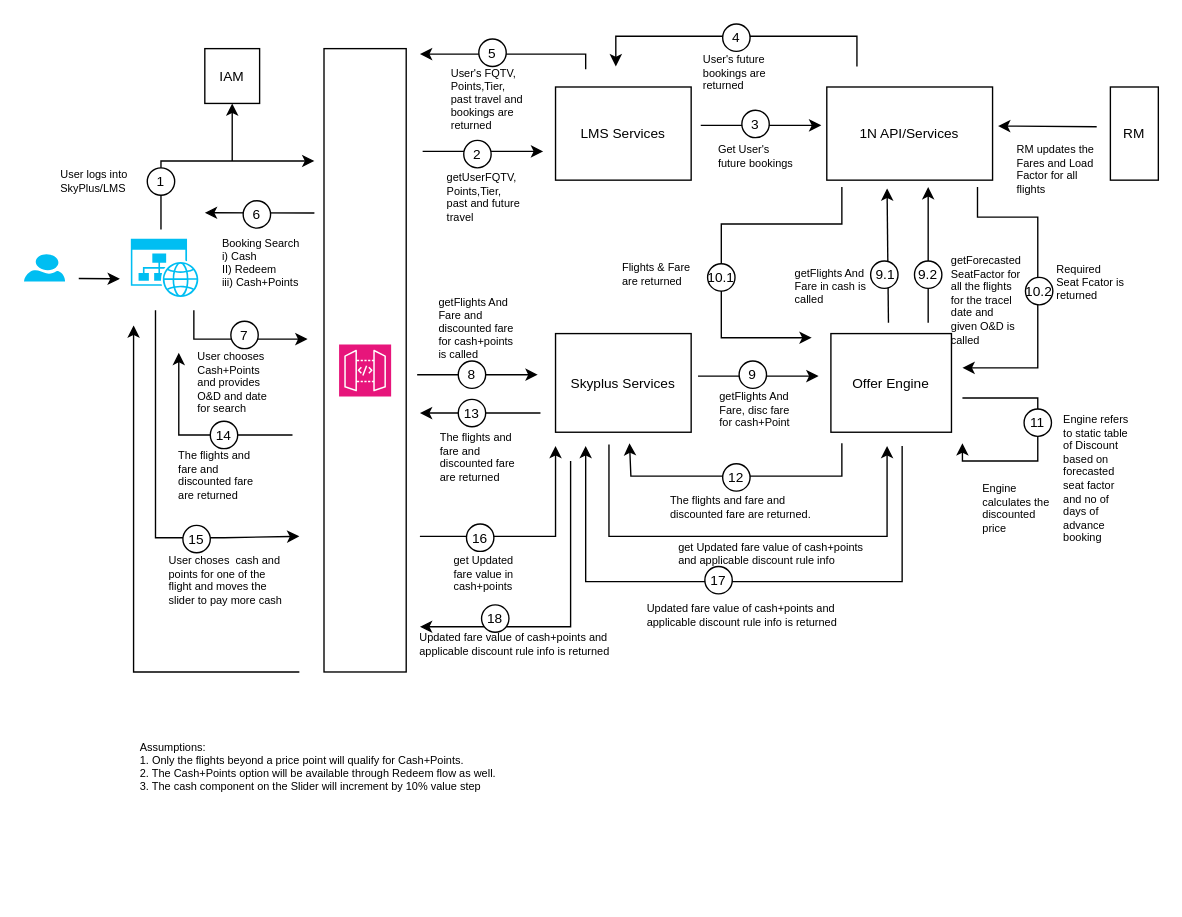
The draw.io diagram page "Page-1" (1 of 2) of Copy of Copy of LM Data Flow.drawio in nchauhan4/drawings, before the edit. Source tidied: cells renumbered, new cells numbered last; positions are measured from the earlier drawing's top-left corner, leaving out a move shared by most shapes. Both pictures are drawn from the tidied source at 137%, with x=0, y=0 at pixel (23, 23).
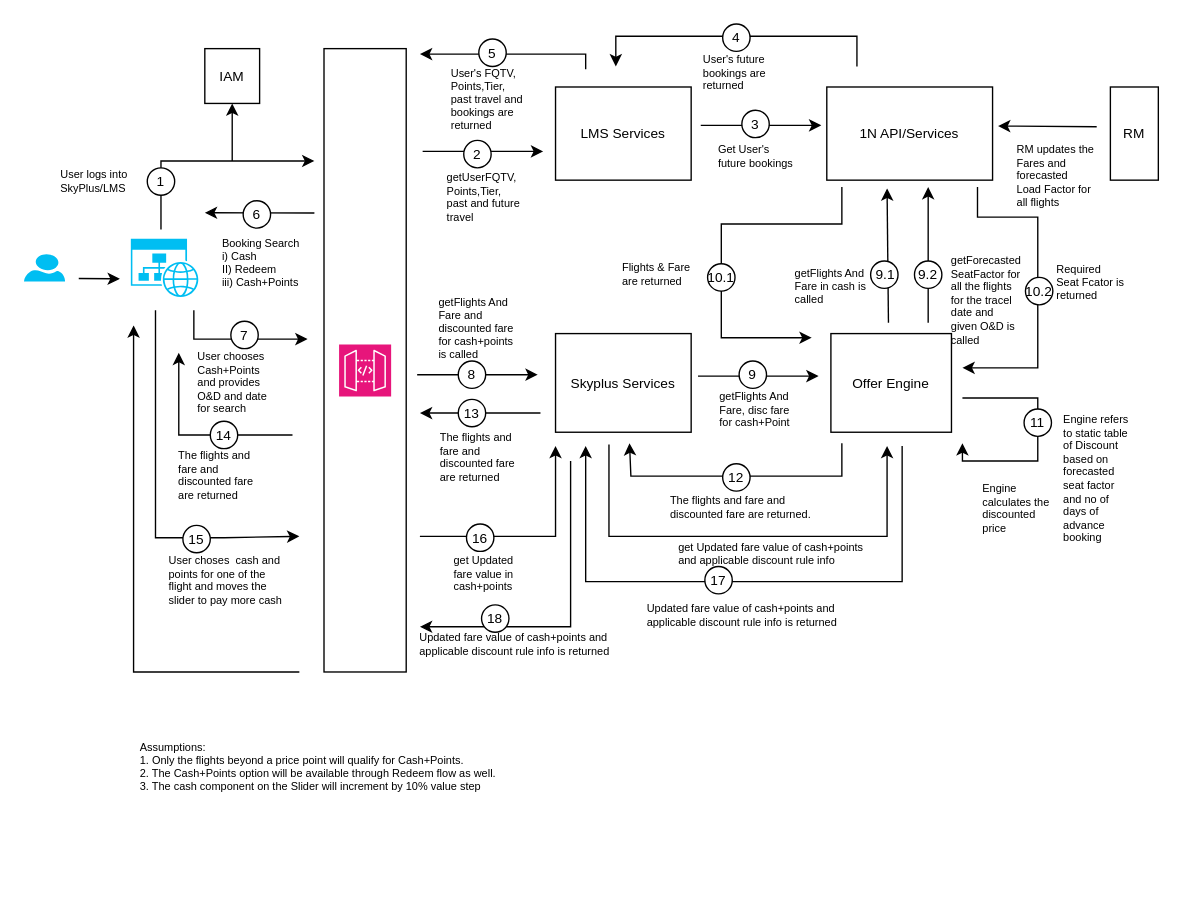
Above is the later version.

Diff of the diagram source:
```diff
@@
-    <mxCell id="42" value="RM updates the Fares and Load Factor for all flights&amp;nbsp;" style="text;html=1;strokeColor=none;fillColor=none;align=left;verticalAlign=top;whiteSpace=wrap;rounded=0;fontSize=8;" parent="1" vertex="1">
+    <mxCell id="42" value="RM updates the Fares and forecasted Load Factor for all flights&amp;nbsp;" style="text;html=1;strokeColor=none;fillColor=none;align=left;verticalAlign=top;whiteSpace=wrap;rounded=0;fontSize=8;" parent="1" vertex="1">
       <mxGeometry x="723" y="81" width="58.5" height="33" as="geometry" />
     </mxCell>
```
